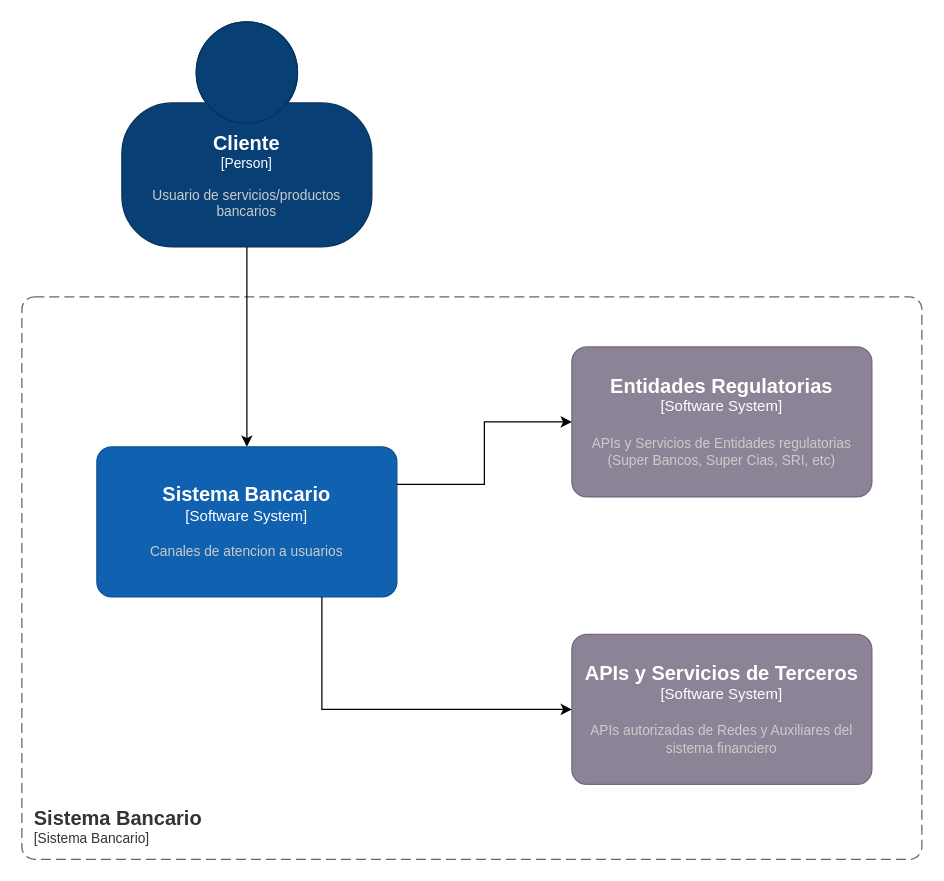
Before: page "Contexto" (1 of 3) of diagram/EjercicioPractico_ArqInt_DiegoIntriago.drawio in diegobsc23/testarqint, a draw.io diagram. Source tidied: cells renumbered, new cells numbered last; positions are measured from the earlier drawing's top-left corner, leaving out a move shared by most shapes. Both pictures are drawn from the tidied source at 125%, with x=0, y=0 at pixel (21, 21).
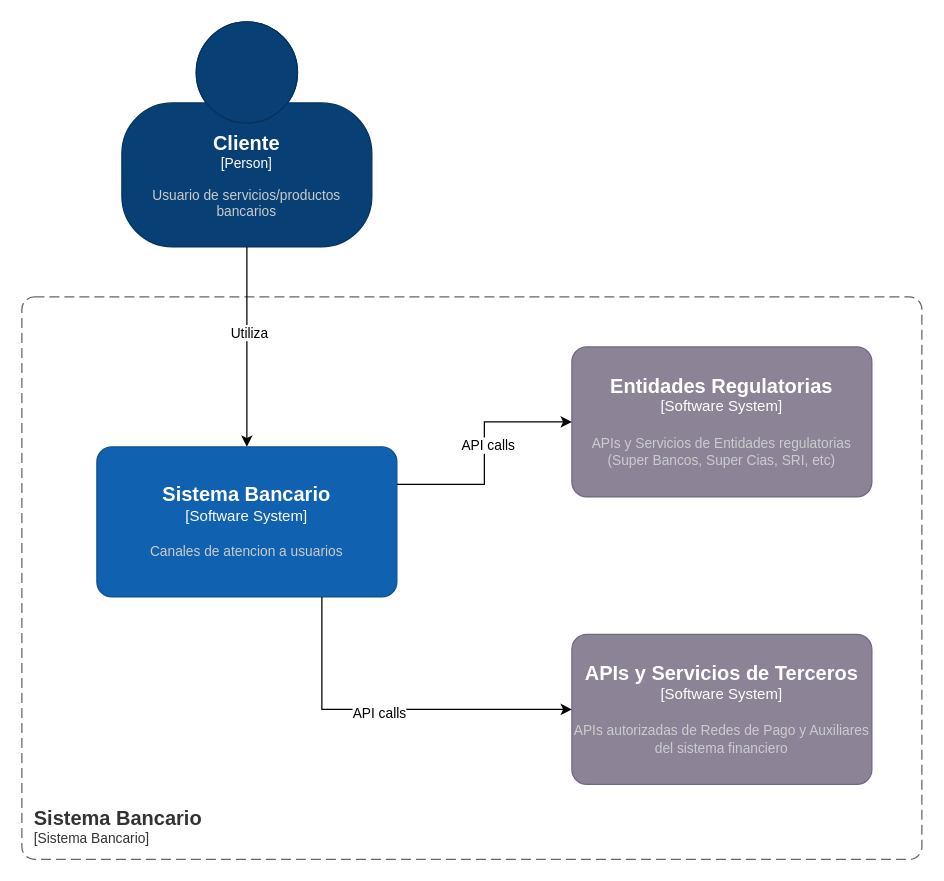
Above is the later version.

What changed in the source:
```diff
@@
 <mxGraphModel>
   <root>
     <mxCell id="0" />
     <mxCell id="1" parent="0" />
     <object id="2" label="&lt;font style=&quot;font-size: 16px&quot;&gt;&lt;b&gt;&lt;div style=&quot;text-align: left&quot;&gt;%c4Name%&lt;/div&gt;&lt;/b&gt;&lt;/font&gt;&lt;div style=&quot;text-align: left&quot;&gt;[%c4Application%]&lt;/div&gt;" c4Application="Sistema Bancario" c4Name="Sistema Bancario" placeholders="1">
       <mxCell style="rounded=1;fontSize=11;whiteSpace=wrap;html=1;dashed=1;arcSize=20;fillColor=none;strokeColor=#666666;fontColor=#333333;labelBackgroundColor=none;align=left;verticalAlign=bottom;labelBorderColor=none;spacingTop=0;spacing=10;dashPattern=8 4;perimeter=rectanglePerimeter;noLabel=0;labelPadding=0;absoluteArcSize=1;" parent="1" vertex="1">
         <mxGeometry y="220" width="720" height="450" as="geometry" />
       </mxCell>
     </object>
     <object id="3" label="&lt;font style=&quot;font-size: 16px&quot;&gt;&lt;b&gt;%c4Name%&lt;/b&gt;&lt;/font&gt;&lt;div&gt;[%c4Type%]&lt;/div&gt;&lt;br&gt;&lt;div&gt;&lt;font style=&quot;font-size: 11px&quot;&gt;&lt;font color=&quot;#cccccc&quot;&gt;%c4Description%&lt;/font&gt;&lt;/div&gt;" c4Description="Usuario de servicios/productos bancarios" c4Name="Cliente" c4Type="Person" placeholders="1">
       <mxCell style="html=1;fontSize=11;dashed=0;whiteSpace=wrap;fillColor=#083F75;strokeColor=#06315C;fontColor=#ffffff;shape=mxgraph.c4.person2;align=center;points=[[0.5,0,0],[1,0.5,0],[1,0.75,0],[0.75,1,0],[0.5,1,0],[0.25,1,0],[0,0.75,0],[0,0.5,0]];" parent="1" vertex="1">
         <mxGeometry x="80" width="200" height="180" as="geometry" />
       </mxCell>
     </object>
     <object id="4" label="&lt;font style=&quot;font-size: 16px&quot;&gt;&lt;b&gt;%c4Name%&lt;/b&gt;&lt;/font&gt;&lt;div&gt;[%c4Type%]&lt;/div&gt;&lt;br&gt;&lt;div&gt;&lt;font style=&quot;font-size: 11px&quot;&gt;&lt;font color=&quot;#cccccc&quot;&gt;%c4Description%&lt;/font&gt;&lt;/div&gt;" c4Description="Canales de atencion a usuarios" c4Name="Sistema Bancario" c4Type="Software System" placeholders="1">
       <mxCell style="rounded=1;whiteSpace=wrap;html=1;labelBackgroundColor=none;fillColor=#1061B0;fontColor=#ffffff;align=center;arcSize=10;strokeColor=#0D5091;points=[[0.25,0,0],[0.5,0,0],[0.75,0,0],[1,0.25,0],[1,0.5,0],[1,0.75,0],[0.75,1,0],[0.5,1,0],[0.25,1,0],[0,0.75,0],[0,0.5,0],[0,0.25,0]];" parent="1" vertex="1">
         <mxGeometry x="60" y="340" width="240" height="120" as="geometry" />
       </mxCell>
     </object>
     <object id="5" label="&lt;font style=&quot;font-size: 16px&quot;&gt;&lt;b&gt;%c4Name%&lt;/b&gt;&lt;/font&gt;&lt;div&gt;[%c4Type%]&lt;/div&gt;&lt;br&gt;&lt;div&gt;&lt;font style=&quot;font-size: 11px&quot;&gt;&lt;font color=&quot;#cccccc&quot;&gt;%c4Description%&lt;/font&gt;&lt;/div&gt;" c4Description="APIs y Servicios de Entidades regulatorias (Super Bancos, Super Cias, SRI, etc)" c4Name="Entidades Regulatorias" c4Type="Software System" placeholders="1">
       <mxCell style="rounded=1;whiteSpace=wrap;html=1;labelBackgroundColor=none;fillColor=#8C8496;fontColor=#ffffff;align=center;arcSize=10;strokeColor=#736782;points=[[0.25,0,0],[0.5,0,0],[0.75,0,0],[1,0.25,0],[1,0.5,0],[1,0.75,0],[0.75,1,0],[0.5,1,0],[0.25,1,0],[0,0.75,0],[0,0.5,0],[0,0.25,0]];" parent="1" vertex="1">
         <mxGeometry x="440" y="260" width="240" height="120" as="geometry" />
       </mxCell>
     </object>
-    <object id="6" label="&lt;font style=&quot;font-size: 16px&quot;&gt;&lt;b&gt;%c4Name%&lt;/b&gt;&lt;/font&gt;&lt;div&gt;[%c4Type%]&lt;/div&gt;&lt;br&gt;&lt;div&gt;&lt;font style=&quot;font-size: 11px&quot;&gt;&lt;font color=&quot;#cccccc&quot;&gt;%c4Description%&lt;/font&gt;&lt;/div&gt;" c4Description="APIs autorizadas de Redes y Auxiliares del sistema financiero" c4Name="APIs y Servicios de Terceros" c4Type="Software System" placeholders="1">
+    <object id="6" label="&lt;font style=&quot;font-size: 16px&quot;&gt;&lt;b&gt;%c4Name%&lt;/b&gt;&lt;/font&gt;&lt;div&gt;[%c4Type%]&lt;/div&gt;&lt;br&gt;&lt;div&gt;&lt;font style=&quot;font-size: 11px&quot;&gt;&lt;font color=&quot;#cccccc&quot;&gt;%c4Description%&lt;/font&gt;&lt;/div&gt;" c4Description="APIs autorizadas de Redes de Pago y Auxiliares del sistema financiero" c4Name="APIs y Servicios de Terceros" c4Type="Software System" placeholders="1">
       <mxCell style="rounded=1;whiteSpace=wrap;html=1;labelBackgroundColor=none;fillColor=#8C8496;fontColor=#ffffff;align=center;arcSize=10;strokeColor=#736782;points=[[0.25,0,0],[0.5,0,0],[0.75,0,0],[1,0.25,0],[1,0.5,0],[1,0.75,0],[0.75,1,0],[0.5,1,0],[0.25,1,0],[0,0.75,0],[0,0.5,0],[0,0.25,0]];" parent="1" vertex="1">
         <mxGeometry x="440" y="490" width="240" height="120" as="geometry" />
       </mxCell>
     </object>
     <mxCell id="7" style="edgeStyle=orthogonalEdgeStyle;rounded=0;jettySize=auto;html=1;entryX=0.5;entryY=0;entryDx=0;entryDy=0;entryPerimeter=0;" parent="1" edge="1" source="3" target="4">
       <mxGeometry relative="1" as="geometry" />
     </mxCell>
+    <mxCell id="10" value="Utiliza" style="edgeLabel;html=1;align=center;verticalAlign=middle;" parent="7" vertex="1">
+      <mxGeometry x="-0.15" y="1" relative="1" as="geometry" />
+    </mxCell>
     <mxCell id="8" style="edgeStyle=orthogonalEdgeStyle;rounded=0;jettySize=auto;html=1;exitX=1;exitY=0.25;exitDx=0;exitDy=0;exitPerimeter=0;entryX=0;entryY=0.5;entryDx=0;entryDy=0;entryPerimeter=0;" parent="1" edge="1" source="4" target="5">
       <mxGeometry relative="1" as="geometry" />
     </mxCell>
+    <mxCell id="11" value="API calls" style="edgeLabel;html=1;align=center;verticalAlign=middle;" parent="8" vertex="1">
+      <mxGeometry x="0.07" y="-2" relative="1" as="geometry" />
+    </mxCell>
     <mxCell id="9" style="edgeStyle=orthogonalEdgeStyle;rounded=0;jettySize=auto;html=1;exitX=0.75;exitY=1;exitDx=0;exitDy=0;exitPerimeter=0;entryX=0;entryY=0.5;entryDx=0;entryDy=0;entryPerimeter=0;" parent="1" edge="1" source="4" target="6">
       <mxGeometry relative="1" as="geometry" />
     </mxCell>
+    <mxCell id="12" value="API calls" style="edgeLabel;html=1;align=center;verticalAlign=middle;" parent="9" vertex="1">
+      <mxGeometry x="-0.07" y="-2" relative="1" as="geometry" />
+    </mxCell>
   </root>
 </mxGraphModel>
```
